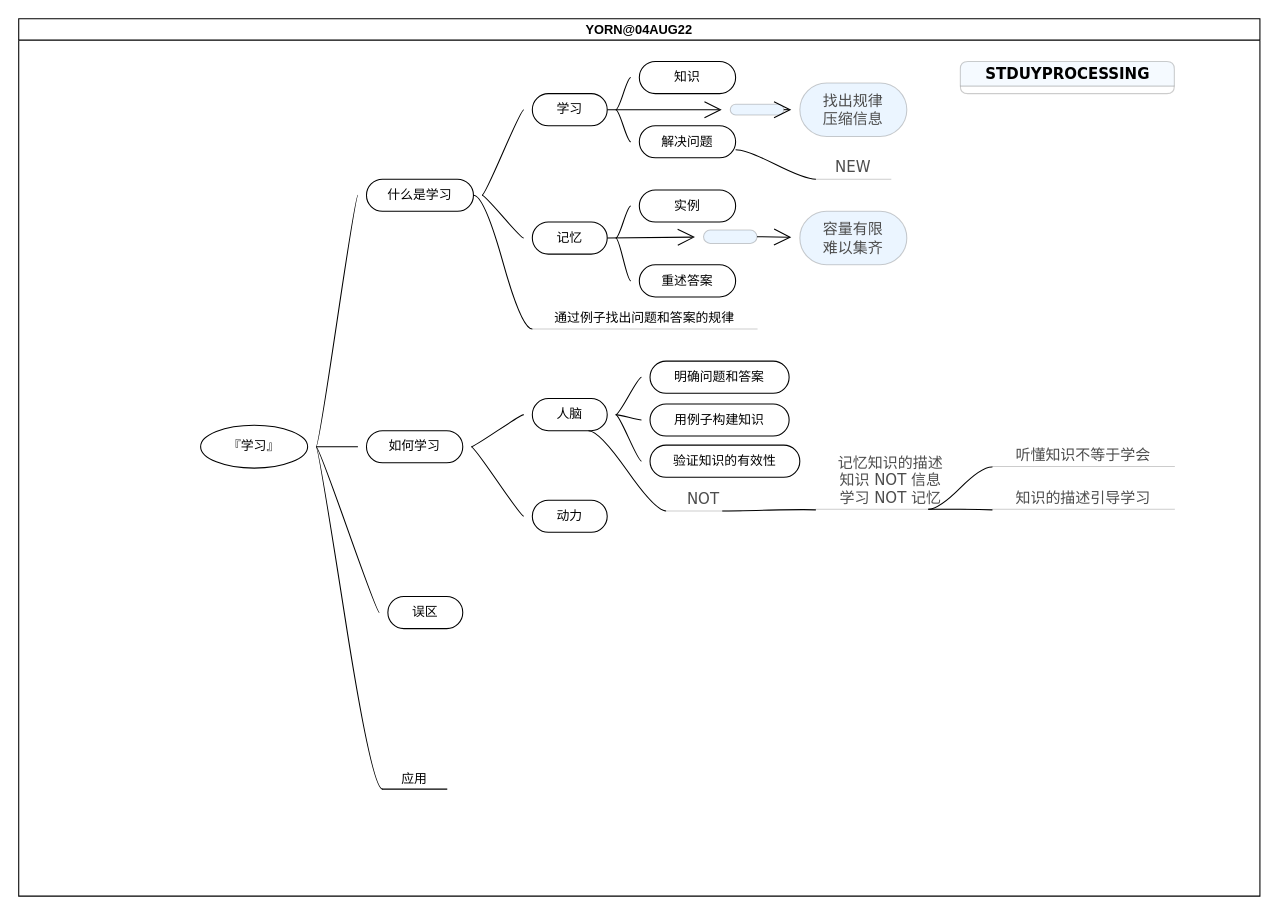
Above: page "Page-1" (1 of 2) of the-study/about-study-mindmap.drawio in waaaaaaat/draw-io (draw.io), before the change. Source tidied: cells renumbered, new cells numbered last; positions are measured from the earlier drawing's top-left corner, leaving out a move shared by most shapes. Both pictures are drawn from the tidied source at 107%, with x=0, y=0 at pixel (18, 18).
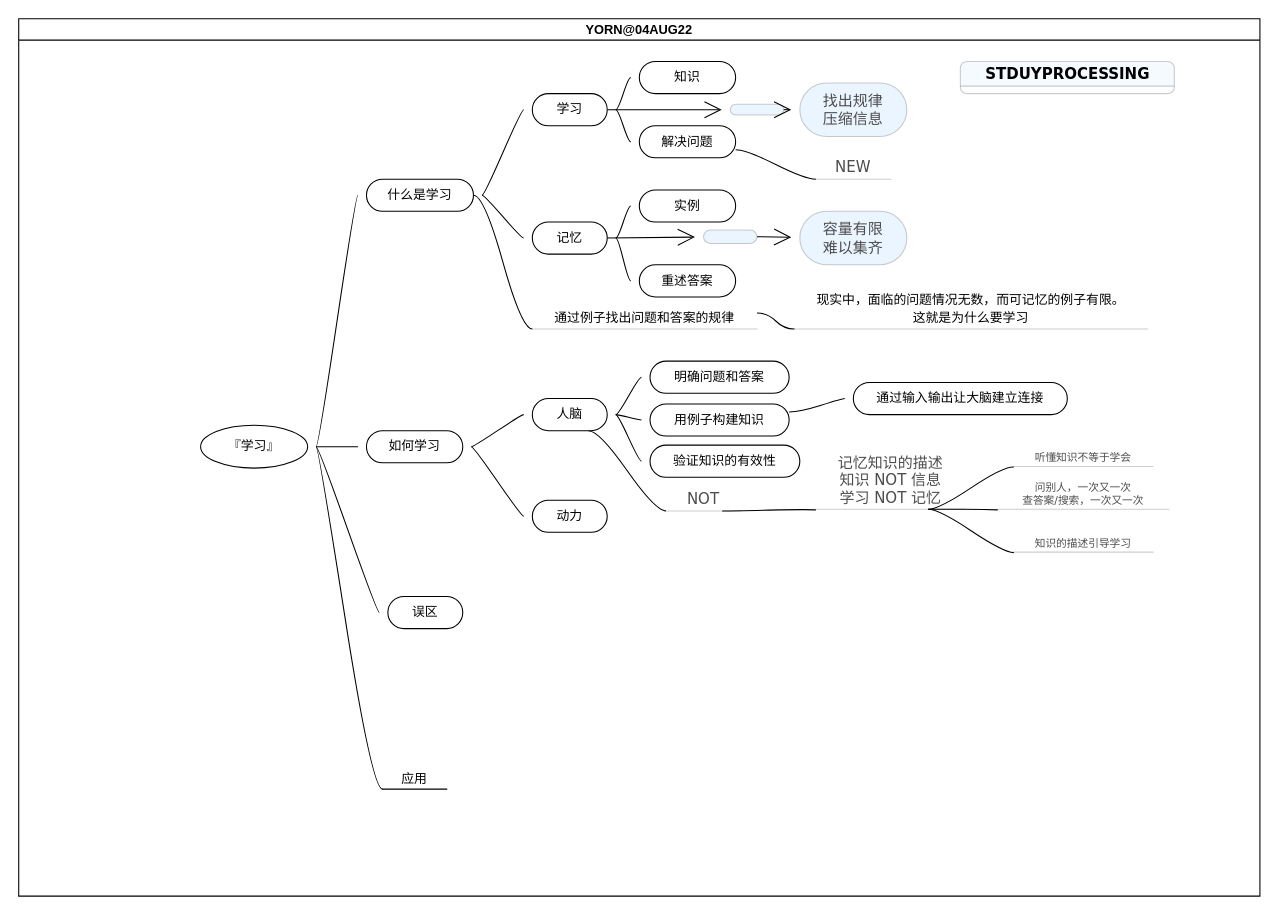
After the change.

The change refers to these unchanged cells:
```xml
<mxCell id="2" value="YORN@04AUG22" style="swimlane;startSize=20;horizontal=1;containerType=tree;hachureGap=4;" parent="1" vertex="1">
  <mxGeometry width="1160" height="820" as="geometry" />
</mxCell>
<mxCell id="40" value="&lt;span style=&quot;color: rgb(0, 0, 0); font-family: Helvetica; font-size: 12px;&quot;&gt;通过例子找出问题和答案的规律&lt;/span&gt;" style="whiteSpace=wrap;html=1;shape=partialRectangle;top=0;left=0;bottom=1;right=0;points=[[0,1],[1,1]];fillColor=none;align=center;verticalAlign=bottom;routingCenterY=0.5;snapToPoint=1;newEdgeStyle={&quot;edgeStyle&quot;:&quot;entityRelationEdgeStyle&quot;,&quot;startArrow&quot;:&quot;none&quot;,&quot;endArrow&quot;:&quot;none&quot;,&quot;segment&quot;:10,&quot;curved&quot;:1};rounded=1;shadow=0;glass=0;labelBackgroundColor=none;labelBorderColor=none;sketch=0;hachureGap=4;fillStyle=auto;fontFamily=Verdana;fontSize=14;fontColor=#4D4D4D;strokeColor=default;opacity=20;" parent="2" vertex="1">
  <mxGeometry x="480" y="260" width="210" height="30" as="geometry" />
</mxCell>
<mxCell id="43" value="用例子构建知识" style="whiteSpace=wrap;html=1;rounded=1;arcSize=50;align=center;verticalAlign=middle;strokeWidth=1;spacing=4;newEdgeStyle={&quot;edgeStyle&quot;:&quot;entityRelationEdgeStyle&quot;,&quot;startArrow&quot;:&quot;none&quot;,&quot;endArrow&quot;:&quot;none&quot;,&quot;segment&quot;:10,&quot;curved&quot;:1};hachureGap=4;" parent="2" vertex="1">
  <mxGeometry x="590" y="360" width="130" height="30" as="geometry" />
</mxCell>
<mxCell id="49" value="记忆知识的描述&lt;br&gt;知识 NOT 信息&lt;br&gt;学习 NOT 记忆" style="whiteSpace=wrap;html=1;shape=partialRectangle;top=0;left=0;bottom=1;right=0;points=[[0,1],[1,1]];fillColor=none;align=center;verticalAlign=bottom;routingCenterY=0.5;snapToPoint=1;newEdgeStyle={&quot;edgeStyle&quot;:&quot;entityRelationEdgeStyle&quot;,&quot;startArrow&quot;:&quot;none&quot;,&quot;endArrow&quot;:&quot;none&quot;,&quot;segment&quot;:10,&quot;curved&quot;:1};rounded=1;shadow=0;glass=0;labelBackgroundColor=none;labelBorderColor=none;sketch=0;hachureGap=4;fillStyle=auto;fontFamily=Verdana;fontSize=14;fontColor=#4D4D4D;strokeColor=default;opacity=20;" parent="2" vertex="1">
  <mxGeometry x="745" y="398.5" width="140" height="60" as="geometry" />
</mxCell>
```

Change to the diagram source:
```diff
@@
-    <mxCell id="51" value="知识的描述引导学习" style="whiteSpace=wrap;html=1;shape=partialRectangle;top=0;left=0;bottom=1;right=0;points=[[0,1],[1,1]];fillColor=none;align=center;verticalAlign=bottom;routingCenterY=0.5;snapToPoint=1;newEdgeStyle={&quot;edgeStyle&quot;:&quot;entityRelationEdgeStyle&quot;,&quot;startArrow&quot;:&quot;none&quot;,&quot;endArrow&quot;:&quot;none&quot;,&quot;segment&quot;:10,&quot;curved&quot;:1};rounded=1;shadow=0;glass=0;labelBackgroundColor=none;labelBorderColor=none;sketch=0;hachureGap=4;fillStyle=auto;fontFamily=Verdana;fontSize=14;fontColor=#4D4D4D;strokeColor=default;opacity=20;" parent="2" vertex="1">
-      <mxGeometry x="910" y="428.5" width="170" height="30" as="geometry" />
+    <mxCell id="51" value="知识的描述引导学习" style="whiteSpace=wrap;html=1;shape=partialRectangle;top=0;left=0;bottom=1;right=0;points=[[0,1],[1,1]];fillColor=none;align=center;verticalAlign=bottom;routingCenterY=0.5;snapToPoint=1;newEdgeStyle={&quot;edgeStyle&quot;:&quot;entityRelationEdgeStyle&quot;,&quot;startArrow&quot;:&quot;none&quot;,&quot;endArrow&quot;:&quot;none&quot;,&quot;segment&quot;:10,&quot;curved&quot;:1};rounded=1;shadow=0;glass=0;labelBackgroundColor=none;labelBorderColor=none;sketch=0;hachureGap=4;fillStyle=auto;fontFamily=Verdana;fontSize=10;fontColor=#4D4D4D;strokeColor=default;opacity=20;" parent="2" vertex="1">
+      <mxGeometry x="930" y="468.5" width="130" height="30" as="geometry" />
     </mxCell>
@@
-    <mxCell id="53" value="听懂知识不等于学会" style="whiteSpace=wrap;html=1;shape=partialRectangle;top=0;left=0;bottom=1;right=0;points=[[0,1],[1,1]];fillColor=none;align=center;verticalAlign=bottom;routingCenterY=0.5;snapToPoint=1;newEdgeStyle={&quot;edgeStyle&quot;:&quot;entityRelationEdgeStyle&quot;,&quot;startArrow&quot;:&quot;none&quot;,&quot;endArrow&quot;:&quot;none&quot;,&quot;segment&quot;:10,&quot;curved&quot;:1};rounded=1;shadow=0;glass=0;labelBackgroundColor=none;labelBorderColor=none;sketch=0;hachureGap=4;fillStyle=auto;fontFamily=Verdana;fontSize=14;fontColor=#4D4D4D;strokeColor=default;opacity=20;" parent="2" vertex="1">
-      <mxGeometry x="910" y="388.5" width="170" height="30" as="geometry" />
+    <mxCell id="53" value="听懂知识不等于学会" style="whiteSpace=wrap;html=1;shape=partialRectangle;top=0;left=0;bottom=1;right=0;points=[[0,1],[1,1]];fillColor=none;align=center;verticalAlign=bottom;routingCenterY=0.5;snapToPoint=1;newEdgeStyle={&quot;edgeStyle&quot;:&quot;entityRelationEdgeStyle&quot;,&quot;startArrow&quot;:&quot;none&quot;,&quot;endArrow&quot;:&quot;none&quot;,&quot;segment&quot;:10,&quot;curved&quot;:1};rounded=1;shadow=0;glass=0;labelBackgroundColor=none;labelBorderColor=none;sketch=0;hachureGap=4;fillStyle=auto;fontFamily=Verdana;fontSize=10;fontColor=#4D4D4D;strokeColor=default;opacity=20;" parent="2" vertex="1">
+      <mxGeometry x="930" y="388.5" width="130" height="30" as="geometry" />
     </mxCell>
+    <mxCell id="56" style="edgeStyle=entityRelationEdgeStyle;startArrow=none;endArrow=none;segment=10;curved=1;rounded=0;fontFamily=Verdana;fontSize=14;fontColor=#4D4D4D;startSize=14;endSize=14;sourcePerimeterSpacing=8;targetPerimeterSpacing=8;entryX=0;entryY=1;entryDx=0;entryDy=0;exitX=1;exitY=0.5;exitDx=0;exitDy=0;" parent="2" edge="1" source="40" target="57">
+      <mxGeometry relative="1" as="geometry" />
+    </mxCell>
+    <mxCell id="57" value="&lt;font face=&quot;Helvetica&quot; color=&quot;#000000&quot;&gt;&lt;span style=&quot;font-size: 12px;&quot;&gt;现实中，面临的问题情况无数，而可记忆的例子有限。&lt;br&gt;这就是为什么要学习&lt;/span&gt;&lt;/font&gt;" style="whiteSpace=wrap;html=1;shape=partialRectangle;top=0;left=0;bottom=1;right=0;points=[[0,1],[1,1]];fillColor=none;align=center;verticalAlign=bottom;routingCenterY=0.5;snapToPoint=1;newEdgeStyle={&quot;edgeStyle&quot;:&quot;entityRelationEdgeStyle&quot;,&quot;startArrow&quot;:&quot;none&quot;,&quot;endArrow&quot;:&quot;none&quot;,&quot;segment&quot;:10,&quot;curved&quot;:1};rounded=1;shadow=0;glass=0;labelBackgroundColor=none;labelBorderColor=none;sketch=0;hachureGap=4;fillStyle=auto;fontFamily=Verdana;fontSize=14;fontColor=#4D4D4D;strokeColor=default;opacity=20;" parent="2" vertex="1">
+      <mxGeometry x="725" y="240" width="330" height="50" as="geometry" />
+    </mxCell>
+    <mxCell id="58" style="edgeStyle=entityRelationEdgeStyle;startArrow=none;endArrow=none;segment=10;curved=1;rounded=0;fontFamily=Verdana;fontSize=14;fontColor=#4D4D4D;startSize=14;endSize=14;sourcePerimeterSpacing=8;targetPerimeterSpacing=8;exitX=0.75;exitY=1;exitDx=0;exitDy=0;" parent="2" edge="1" source="49" target="59">
+      <mxGeometry relative="1" as="geometry" />
+    </mxCell>
+    <mxCell id="59" value="问别人，一次又一次&lt;br&gt;查答案/搜索，一次又一次" style="whiteSpace=wrap;html=1;shape=partialRectangle;top=0;left=0;bottom=1;right=0;points=[[0,1],[1,1]];fillColor=none;align=center;verticalAlign=bottom;routingCenterY=0.5;snapToPoint=1;newEdgeStyle={&quot;edgeStyle&quot;:&quot;entityRelationEdgeStyle&quot;,&quot;startArrow&quot;:&quot;none&quot;,&quot;endArrow&quot;:&quot;none&quot;,&quot;segment&quot;:10,&quot;curved&quot;:1};rounded=1;shadow=0;glass=0;labelBackgroundColor=none;labelBorderColor=none;sketch=0;hachureGap=4;fillStyle=auto;fontFamily=Verdana;fontSize=10;fontColor=#4D4D4D;strokeColor=default;opacity=20;" parent="2" vertex="1">
+      <mxGeometry x="915" y="418.5" width="160" height="40" as="geometry" />
+    </mxCell>
+    <mxCell id="60" style="edgeStyle=entityRelationEdgeStyle;startArrow=none;endArrow=none;segment=10;curved=1;rounded=0;startSize=14;endSize=14;sourcePerimeterSpacing=8;targetPerimeterSpacing=8;exitX=1;exitY=0.25;exitDx=0;exitDy=0;" parent="2" edge="1" source="43" target="61">
+      <mxGeometry relative="1" as="geometry" />
+    </mxCell>
+    <mxCell id="61" value="通过输入输出让大脑建立连接" style="whiteSpace=wrap;html=1;rounded=1;arcSize=50;align=center;verticalAlign=middle;strokeWidth=1;spacing=4;newEdgeStyle={&quot;edgeStyle&quot;:&quot;entityRelationEdgeStyle&quot;,&quot;startArrow&quot;:&quot;none&quot;,&quot;endArrow&quot;:&quot;none&quot;,&quot;segment&quot;:10,&quot;curved&quot;:1};hachureGap=4;" parent="2" vertex="1">
+      <mxGeometry x="780" y="340" width="200" height="30" as="geometry" />
+    </mxCell>
```
